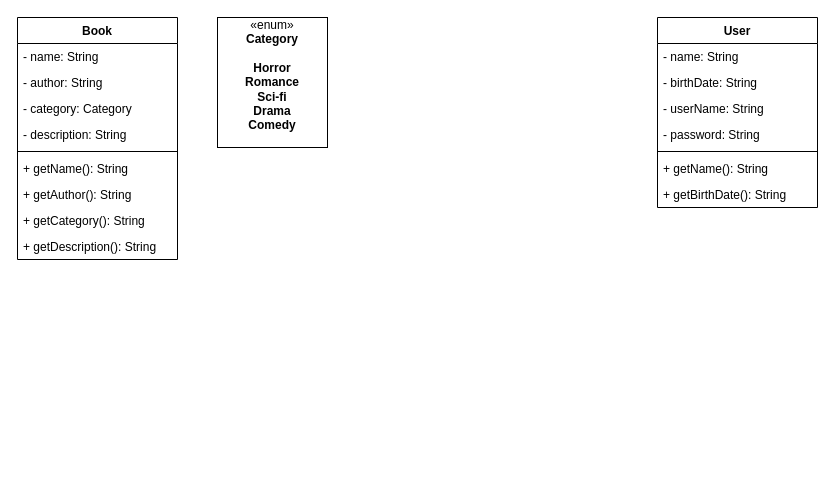
This is Diagrama sem nome.drawio from wOL-Lucas/M2Elio, a draw.io file, before an edit. Source tidied: cells renumbered, new cells numbered last; positions are measured from the earlier drawing's top-left corner, leaving out a move shared by most shapes. Both pictures are drawn from the tidied source at 100%, with x=0, y=0 at pixel (17, 17).
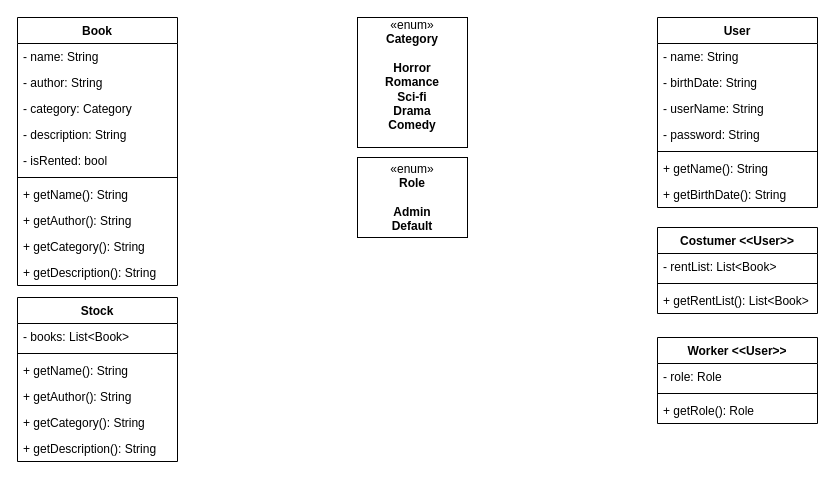
Above is the later version.

Commit message:
Impl: Add User, Costumer and Worker classes

Change to the diagram source:
```diff
@@
     <mxCell id="2" value="Book" style="swimlane;fontStyle=1;align=center;verticalAlign=top;horizontal=1;startSize=26;whiteSpace=wrap;html=1;" parent="1" vertex="1">
-      <mxGeometry width="160" height="242" as="geometry" />
+      <mxGeometry width="160" height="268" as="geometry" />
     </mxCell>
@@
+    <mxCell id="21" value="- isRented: bool" style="text;strokeColor=none;fillColor=none;align=left;verticalAlign=top;spacingLeft=4;spacingRight=4;overflow=hidden;whiteSpace=wrap;html=1;" parent="2" vertex="1">
+      <mxGeometry y="130" width="160" height="26" as="geometry" />
+    </mxCell>
     <mxCell id="7" style="line;strokeWidth=1;fillColor=none;align=left;verticalAlign=middle;spacingTop=-1;spacingLeft=3;spacingRight=3;labelPosition=right;strokeColor=inherit;" parent="2" vertex="1">
-      <mxGeometry y="130" width="160" height="8" as="geometry" />
+      <mxGeometry y="156" width="160" height="8" as="geometry" />
     </mxCell>
     <mxCell id="8" value="+ getName(): String" style="text;strokeColor=none;fillColor=none;align=left;verticalAlign=top;spacingLeft=4;spacingRight=4;overflow=hidden;whiteSpace=wrap;html=1;" parent="2" vertex="1">
-      <mxGeometry y="138" width="160" height="26" as="geometry" />
+      <mxGeometry y="164" width="160" height="26" as="geometry" />
     </mxCell>
     <mxCell id="9" value="+ getAuthor(): String" style="text;strokeColor=none;fillColor=none;align=left;verticalAlign=top;spacingLeft=4;spacingRight=4;overflow=hidden;whiteSpace=wrap;html=1;" parent="2" vertex="1">
-      <mxGeometry y="164" width="160" height="26" as="geometry" />
+      <mxGeometry y="190" width="160" height="26" as="geometry" />
     </mxCell>
     <mxCell id="10" value="+ getCategory(): String" style="text;strokeColor=none;fillColor=none;align=left;verticalAlign=top;spacingLeft=4;spacingRight=4;overflow=hidden;whiteSpace=wrap;html=1;" parent="2" vertex="1">
-      <mxGeometry y="190" width="160" height="26" as="geometry" />
+      <mxGeometry y="216" width="160" height="26" as="geometry" />
     </mxCell>
     <mxCell id="11" value="+ getDescription(): String" style="text;strokeColor=none;fillColor=none;align=left;verticalAlign=top;spacingLeft=4;spacingRight=4;overflow=hidden;whiteSpace=wrap;html=1;" parent="2" vertex="1">
-      <mxGeometry y="216" width="160" height="26" as="geometry" />
+      <mxGeometry y="242" width="160" height="26" as="geometry" />
     </mxCell>
     <mxCell id="12" value="«enum»&lt;br&gt;&lt;div&gt;&lt;b&gt;Category&lt;/b&gt;&lt;/div&gt;&lt;div&gt;&lt;b&gt;&lt;br&gt;&lt;/b&gt;&lt;/div&gt;&lt;div&gt;&lt;b&gt;Horror&lt;/b&gt;&lt;/div&gt;&lt;div&gt;&lt;b&gt;Romance&lt;/b&gt;&lt;/div&gt;&lt;div&gt;&lt;b&gt;Sci-fi&lt;/b&gt;&lt;/div&gt;&lt;div&gt;&lt;b&gt;Drama&lt;/b&gt;&lt;/div&gt;&lt;div&gt;&lt;b&gt;Comedy&lt;/b&gt;&lt;/div&gt;&lt;div&gt;&lt;b&gt;&lt;br&gt;&lt;/b&gt;&lt;/div&gt;" style="html=1;whiteSpace=wrap;" parent="1" vertex="1">
-      <mxGeometry x="200" width="110" height="130" as="geometry" />
+      <mxGeometry x="340" width="110" height="130" as="geometry" />
     </mxCell>
@@
+    <mxCell id="22" value="Costumer &amp;lt;&amp;lt;User&amp;gt;&amp;gt;" style="swimlane;fontStyle=1;align=center;verticalAlign=top;horizontal=1;startSize=26;whiteSpace=wrap;html=1;" parent="1" vertex="1">
+      <mxGeometry x="640" y="210" width="160" height="86" as="geometry" />
+    </mxCell>
+    <mxCell id="23" value="- rentList: List&amp;lt;Book&amp;gt;" style="text;strokeColor=none;fillColor=none;align=left;verticalAlign=top;spacingLeft=4;spacingRight=4;overflow=hidden;whiteSpace=wrap;html=1;" parent="22" vertex="1">
+      <mxGeometry y="26" width="160" height="26" as="geometry" />
+    </mxCell>
+    <mxCell id="24" style="line;strokeWidth=1;fillColor=none;align=left;verticalAlign=middle;spacingTop=-1;spacingLeft=3;spacingRight=3;labelPosition=right;strokeColor=inherit;" parent="22" vertex="1">
+      <mxGeometry y="52" width="160" height="8" as="geometry" />
+    </mxCell>
+    <mxCell id="25" value="+ getRentList(): List&amp;lt;Book&amp;gt;" style="text;strokeColor=none;fillColor=none;align=left;verticalAlign=top;spacingLeft=4;spacingRight=4;overflow=hidden;whiteSpace=wrap;html=1;" parent="22" vertex="1">
+      <mxGeometry y="60" width="160" height="26" as="geometry" />
+    </mxCell>
+    <mxCell id="26" value="Worker &amp;lt;&amp;lt;User&amp;gt;&amp;gt;" style="swimlane;fontStyle=1;align=center;verticalAlign=top;horizontal=1;startSize=26;whiteSpace=wrap;html=1;" parent="1" vertex="1">
+      <mxGeometry x="640" y="320" width="160" height="86" as="geometry" />
+    </mxCell>
+    <mxCell id="27" value="- role: Role" style="text;strokeColor=none;fillColor=none;align=left;verticalAlign=top;spacingLeft=4;spacingRight=4;overflow=hidden;whiteSpace=wrap;html=1;" parent="26" vertex="1">
+      <mxGeometry y="26" width="160" height="26" as="geometry" />
+    </mxCell>
+    <mxCell id="28" style="line;strokeWidth=1;fillColor=none;align=left;verticalAlign=middle;spacingTop=-1;spacingLeft=3;spacingRight=3;labelPosition=right;strokeColor=inherit;" parent="26" vertex="1">
+      <mxGeometry y="52" width="160" height="8" as="geometry" />
+    </mxCell>
+    <mxCell id="29" value="+ getRole(): Role" style="text;strokeColor=none;fillColor=none;align=left;verticalAlign=top;spacingLeft=4;spacingRight=4;overflow=hidden;whiteSpace=wrap;html=1;" parent="26" vertex="1">
+      <mxGeometry y="60" width="160" height="26" as="geometry" />
+    </mxCell>
+    <mxCell id="30" value="«enum»&lt;br&gt;&lt;b&gt;Role&lt;/b&gt;&lt;br&gt;&lt;div&gt;&lt;b&gt;&lt;br&gt;&lt;/b&gt;&lt;/div&gt;&lt;div&gt;&lt;b&gt;Admin&lt;/b&gt;&lt;/div&gt;&lt;div&gt;&lt;b&gt;Default&lt;br&gt;&lt;/b&gt;&lt;/div&gt;" style="html=1;whiteSpace=wrap;" parent="1" vertex="1">
+      <mxGeometry x="340" y="140" width="110" height="80" as="geometry" />
+    </mxCell>
+    <mxCell id="31" value="Stock" style="swimlane;fontStyle=1;align=center;verticalAlign=top;horizontal=1;startSize=26;whiteSpace=wrap;html=1;" parent="1" vertex="1">
+      <mxGeometry y="280" width="160" height="164" as="geometry" />
+    </mxCell>
+    <mxCell id="32" value="- books: List&amp;lt;Book&amp;gt;" style="text;strokeColor=none;fillColor=none;align=left;verticalAlign=top;spacingLeft=4;spacingRight=4;overflow=hidden;whiteSpace=wrap;html=1;" parent="31" vertex="1">
+      <mxGeometry y="26" width="160" height="26" as="geometry" />
+    </mxCell>
+    <mxCell id="33" style="line;strokeWidth=1;fillColor=none;align=left;verticalAlign=middle;spacingTop=-1;spacingLeft=3;spacingRight=3;labelPosition=right;strokeColor=inherit;" parent="31" vertex="1">
+      <mxGeometry y="52" width="160" height="8" as="geometry" />
+    </mxCell>
+    <mxCell id="34" value="+ getName(): String" style="text;strokeColor=none;fillColor=none;align=left;verticalAlign=top;spacingLeft=4;spacingRight=4;overflow=hidden;whiteSpace=wrap;html=1;" parent="31" vertex="1">
+      <mxGeometry y="60" width="160" height="26" as="geometry" />
+    </mxCell>
+    <mxCell id="35" value="+ getAuthor(): String" style="text;strokeColor=none;fillColor=none;align=left;verticalAlign=top;spacingLeft=4;spacingRight=4;overflow=hidden;whiteSpace=wrap;html=1;" parent="31" vertex="1">
+      <mxGeometry y="86" width="160" height="26" as="geometry" />
+    </mxCell>
+    <mxCell id="36" value="+ getCategory(): String" style="text;strokeColor=none;fillColor=none;align=left;verticalAlign=top;spacingLeft=4;spacingRight=4;overflow=hidden;whiteSpace=wrap;html=1;" parent="31" vertex="1">
+      <mxGeometry y="112" width="160" height="26" as="geometry" />
+    </mxCell>
+    <mxCell id="37" value="+ getDescription(): String" style="text;strokeColor=none;fillColor=none;align=left;verticalAlign=top;spacingLeft=4;spacingRight=4;overflow=hidden;whiteSpace=wrap;html=1;" parent="31" vertex="1">
+      <mxGeometry y="138" width="160" height="26" as="geometry" />
+    </mxCell>
```
